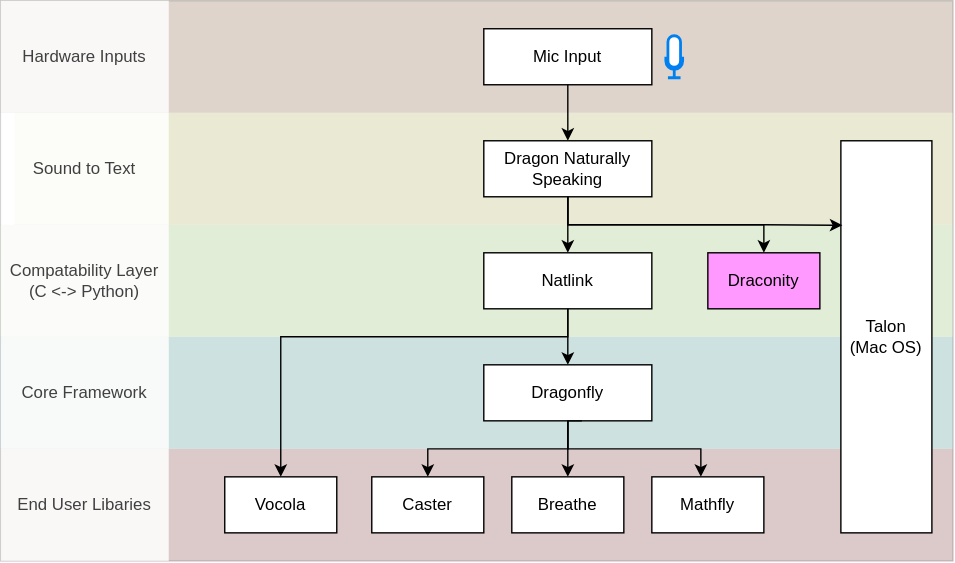
This is assets/img/voicecoding_landscape.svg from dictation-toolbox/dictation-toolbox.org, a draw.io export, as it was before one commit. Source tidied: cells renumbered, new cells last; positions are measured from the earlier drawing's top-left corner, leaving out a move shared by most shapes.
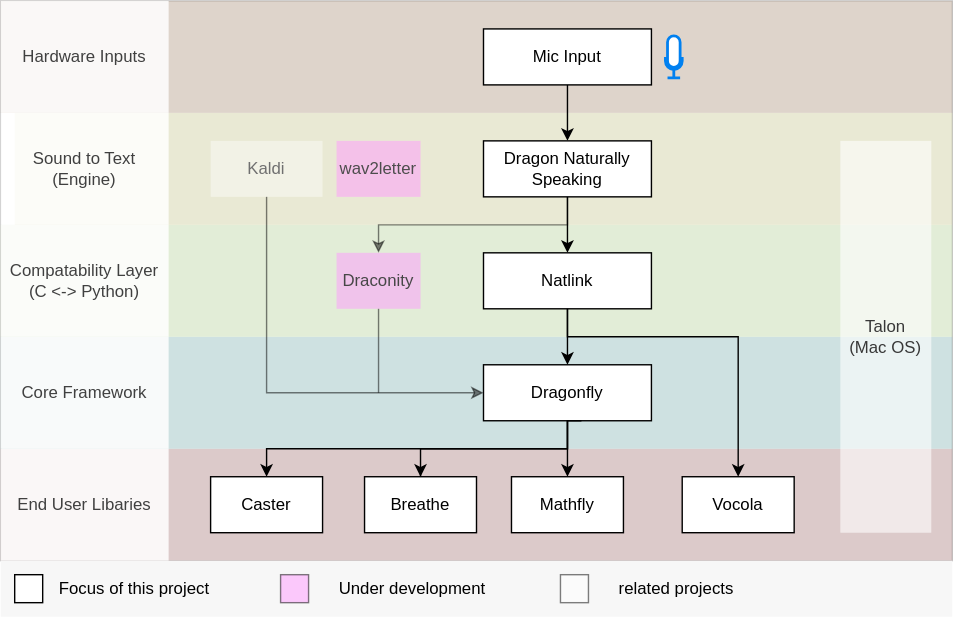
The same file after the commit.

Diff of the diagram source:
```diff
@@ -41,14 +41,14 @@
     <mxCell id="14" value="Natlink" style="rounded=0;whiteSpace=wrap;html=1;" parent="1" vertex="1">
       <mxGeometry x="345" y="180" width="120" height="40" as="geometry" />
     </mxCell>
-    <mxCell id="15" value="&lt;div&gt;Draconity&lt;/div&gt;" style="rounded=0;whiteSpace=wrap;html=1;fillColor=#FF99FF;" parent="1" vertex="1">
-      <mxGeometry x="505" y="180" width="80" height="40" as="geometry" />
+    <mxCell id="15" value="&lt;div&gt;&lt;font color=&quot;#474747&quot;&gt;Draconity&lt;/font&gt;&lt;/div&gt;" style="rounded=0;whiteSpace=wrap;html=1;fillColor=#FF99FF;opacity=50;strokeColor=none;" parent="1" vertex="1">
+      <mxGeometry x="240" y="180" width="60" height="40" as="geometry" />
     </mxCell>
     <mxCell id="16" style="edgeStyle=orthogonalEdgeStyle;rounded=0;jettySize=auto;html=1;fontColor=#666666;entryX=0.5;entryY=0;entryDx=0;entryDy=0;" parent="1" edge="1" source="17" target="19">
       <mxGeometry relative="1" as="geometry">
         <Array as="points">
           <mxPoint x="405" y="320" />
-          <mxPoint x="305" y="320" />
+          <mxPoint x="190" y="320" />
         </Array>
       </mxGeometry>
     </mxCell>
@@ -56,19 +56,20 @@
       <mxGeometry x="345" y="260" width="120" height="40" as="geometry" />
     </mxCell>
     <mxCell id="18" value="Vocola" style="rounded=0;whiteSpace=wrap;html=1;" parent="1" vertex="1">
-      <mxGeometry x="160" y="340" width="80" height="40" as="geometry" />
+      <mxGeometry x="487" y="340" width="80" height="40" as="geometry" />
     </mxCell>
     <mxCell id="19" value="Caster" style="rounded=0;whiteSpace=wrap;html=1;" parent="1" vertex="1">
-      <mxGeometry x="265" y="340" width="80" height="40" as="geometry" />
+      <mxGeometry x="150" y="340" width="80" height="40" as="geometry" />
     </mxCell>
     <mxCell id="20" value="Breathe" style="rounded=0;whiteSpace=wrap;html=1;" parent="1" vertex="1">
-      <mxGeometry x="365" y="340" width="80" height="40" as="geometry" />
+      <mxGeometry x="260" y="340" width="80" height="40" as="geometry" />
     </mxCell>
     <mxCell id="21" style="edgeStyle=orthogonalEdgeStyle;rounded=0;jettySize=auto;html=1;fontColor=#666666;exitX=0.5;exitY=1;exitDx=0;exitDy=0;entryX=0.5;entryY=0;entryDx=0;entryDy=0;" parent="1" edge="1" source="17" target="20">
       <mxGeometry relative="1" as="geometry">
         <Array as="points">
-          <mxPoint x="405" y="330" />
-          <mxPoint x="405" y="330" />
+          <mxPoint x="405" y="320" />
+          <mxPoint x="300" y="320" />
+          <mxPoint x="300" y="340" />
         </Array>
       </mxGeometry>
     </mxCell>
@@ -76,35 +77,33 @@
       <mxGeometry relative="1" as="geometry">
         <Array as="points">
           <mxPoint x="405" y="240" />
-          <mxPoint x="200" y="240" />
+          <mxPoint x="527" y="240" />
         </Array>
       </mxGeometry>
     </mxCell>
-    <mxCell id="23" style="edgeStyle=orthogonalEdgeStyle;rounded=0;jettySize=auto;html=1;fontColor=#666666;exitX=0.5;exitY=1;exitDx=0;exitDy=0;entryX=0.5;entryY=0;entryDx=0;entryDy=0;" parent="1" edge="1" source="12" target="15">
+    <mxCell id="23" style="edgeStyle=orthogonalEdgeStyle;rounded=0;jettySize=auto;html=1;fontColor=#666666;exitX=0.5;exitY=1;exitDx=0;exitDy=0;entryX=0.5;entryY=0;entryDx=0;entryDy=0;opacity=50;" parent="1" edge="1" source="12" target="15">
       <mxGeometry relative="1" as="geometry">
         <Array as="points">
           <mxPoint x="405" y="160" />
-          <mxPoint x="545" y="160" />
+          <mxPoint x="270" y="160" />
         </Array>
       </mxGeometry>
     </mxCell>
     <mxCell id="24" value="Mathfly" style="rounded=0;whiteSpace=wrap;html=1;" parent="1" vertex="1">
-      <mxGeometry x="465" y="340" width="80" height="40" as="geometry" />
+      <mxGeometry x="365" y="340" width="80" height="40" as="geometry" />
     </mxCell>
     <mxCell id="25" style="edgeStyle=orthogonalEdgeStyle;rounded=0;jettySize=auto;html=1;fontColor=#666666;exitX=0.5;exitY=1;exitDx=0;exitDy=0;" parent="1" edge="1" target="24">
       <mxGeometry relative="1" as="geometry">
         <mxPoint x="415" y="300" as="sourcePoint" />
         <Array as="points">
           <mxPoint x="405" y="300" />
-          <mxPoint x="405" y="320" />
-          <mxPoint x="500" y="320" />
         </Array>
       </mxGeometry>
     </mxCell>
     <mxCell id="26" value="Hardware Inputs" style="rounded=0;whiteSpace=wrap;html=1;strokeColor=none;fillColor=#FFFFFF;fontColor=#404040;opacity=85;" parent="1" vertex="1">
       <mxGeometry width="120" height="80" as="geometry" />
     </mxCell>
-    <mxCell id="27" value="Sound to Text" style="rounded=0;whiteSpace=wrap;html=1;strokeColor=none;fillColor=#FFFFFF;fontColor=#404040;opacity=85;" parent="1" vertex="1">
+    <mxCell id="27" value="&lt;div&gt;Sound to Text&lt;/div&gt;&lt;div&gt;(Engine)&lt;br&gt;&lt;/div&gt;" style="rounded=0;whiteSpace=wrap;html=1;strokeColor=none;fillColor=#FFFFFF;fontColor=#404040;opacity=85;" parent="1" vertex="1">
       <mxGeometry y="80" width="120" height="80" as="geometry" />
     </mxCell>
     <mxCell id="28" value="&lt;div&gt;Compatability Layer&lt;/div&gt;&lt;div&gt;(C &amp;lt;-&amp;gt; Python)&lt;br&gt;&lt;/div&gt;" style="rounded=0;whiteSpace=wrap;html=1;strokeColor=none;fillColor=#FFFFFF;fontColor=#404040;opacity=85;" parent="1" vertex="1">
@@ -116,17 +115,50 @@
     <mxCell id="30" value="End User Libaries" style="rounded=0;whiteSpace=wrap;html=1;strokeColor=none;fillColor=#FFFFFF;fontColor=#404040;opacity=85;" parent="1" vertex="1">
       <mxGeometry y="320" width="120" height="80" as="geometry" />
     </mxCell>
-    <mxCell id="31" value="&lt;div&gt;Talon&lt;/div&gt;&lt;div&gt;(Mac OS)&lt;br&gt;&lt;/div&gt;" style="rounded=0;whiteSpace=wrap;html=1;" parent="1" vertex="1">
+    <mxCell id="31" value="&lt;div&gt;&lt;font color=&quot;#383838&quot;&gt;Talon&lt;/font&gt;&lt;/div&gt;&lt;div&gt;&lt;font color=&quot;#383838&quot;&gt;(Mac OS)&lt;br&gt;&lt;/font&gt;&lt;/div&gt;" style="rounded=0;whiteSpace=wrap;html=1;opacity=60;strokeColor=none;" parent="1" vertex="1">
       <mxGeometry x="600" y="100" width="65" height="280" as="geometry" />
     </mxCell>
-    <mxCell id="32" style="edgeStyle=orthogonalEdgeStyle;rounded=0;jettySize=auto;html=1;fontColor=#666666;exitX=0.5;exitY=1;exitDx=0;exitDy=0;entryX=0.884;entryY=0.004;entryDx=0;entryDy=0;entryPerimeter=0;" parent="1" edge="1" target="5">
-      <mxGeometry relative="1" as="geometry">
-        <mxPoint x="405" y="140" as="sourcePoint" />
-        <Array as="points">
-          <mxPoint x="405" y="160" />
-          <mxPoint x="545" y="160" />
-        </Array>
-      </mxGeometry>
-    </mxCell>
+    <mxCell id="33" style="edgeStyle=orthogonalEdgeStyle;rounded=0;jettySize=auto;html=1;fontColor=#404040;entryX=0;entryY=0.5;entryDx=0;entryDy=0;opacity=50;" parent="1" edge="1" source="34" target="17">
+      <mxGeometry relative="1" as="geometry">
+        <Array as="points">
+          <mxPoint x="190" y="280" />
+        </Array>
+      </mxGeometry>
+    </mxCell>
+    <mxCell id="34" value="&lt;font color=&quot;#707070&quot;&gt;Kaldi&lt;/font&gt;" style="rounded=0;whiteSpace=wrap;html=1;strokeColor=none;opacity=40;" parent="1" vertex="1">
+      <mxGeometry x="150" y="100" width="80" height="40" as="geometry" />
+    </mxCell>
+    <mxCell id="35" value="&lt;font color=&quot;#4D4D4D&quot;&gt;wav2letter&lt;/font&gt;" style="rounded=0;whiteSpace=wrap;html=1;fillColor=#FF99FF;opacity=50;strokeColor=none;" parent="1" vertex="1">
+      <mxGeometry x="240" y="100" width="60" height="40" as="geometry" />
+    </mxCell>
+    <mxCell id="36" style="rounded=0;whiteSpace=wrap;html=1;strokeColor=none;fillColor=#F7F7F7;" parent="1" vertex="1">
+      <mxGeometry y="400" width="680" height="40" as="geometry" />
+    </mxCell>
+    <mxCell id="37" style="rounded=0;whiteSpace=wrap;html=1;fillColor=#FF99FF;opacity=50;" parent="1" vertex="1">
+      <mxGeometry x="200" y="410" width="20" height="20" as="geometry" />
+    </mxCell>
+    <mxCell id="38" value="Under development" style="rounded=0;whiteSpace=wrap;html=1;opacity=50;strokeColor=none;align=left;fillColor=none;" parent="1" vertex="1">
+      <mxGeometry x="240" y="410" width="150" height="20" as="geometry" />
+    </mxCell>
+    <mxCell id="39" style="rounded=0;whiteSpace=wrap;html=1;opacity=50;" parent="1" vertex="1">
+      <mxGeometry x="400" y="410" width="20" height="20" as="geometry" />
+    </mxCell>
+    <mxCell id="40" value="&lt;div&gt;related projects&lt;/div&gt;" style="rounded=0;whiteSpace=wrap;html=1;opacity=50;strokeColor=none;align=left;fillColor=none;" parent="1" vertex="1">
+      <mxGeometry x="440" y="410" width="150" height="20" as="geometry" />
+    </mxCell>
+    <mxCell id="41" style="edgeStyle=orthogonalEdgeStyle;rounded=0;jettySize=auto;html=1;fontColor=#404040;opacity=50;exitX=0.5;exitY=1;exitDx=0;exitDy=0;endArrow=none;endFill=0;" parent="1" edge="1" source="15">
+      <mxGeometry relative="1" as="geometry">
+        <mxPoint x="270" y="280" as="targetPoint" />
+        <Array as="points">
+          <mxPoint x="270" y="280" />
+        </Array>
+      </mxGeometry>
+    </mxCell>
+    <mxCell id="42" style="rounded=0;whiteSpace=wrap;html=1;" parent="1" vertex="1">
+      <mxGeometry x="10" y="410" width="20" height="20" as="geometry" />
+    </mxCell>
+    <mxCell id="43" value="Focus of this project" style="rounded=0;whiteSpace=wrap;html=1;opacity=50;strokeColor=none;align=left;fillColor=none;" parent="1" vertex="1">
+      <mxGeometry x="40" y="410" width="150" height="20" as="geometry" />
+    </mxCell>
   </root>
 </mxGraphModel>
```
